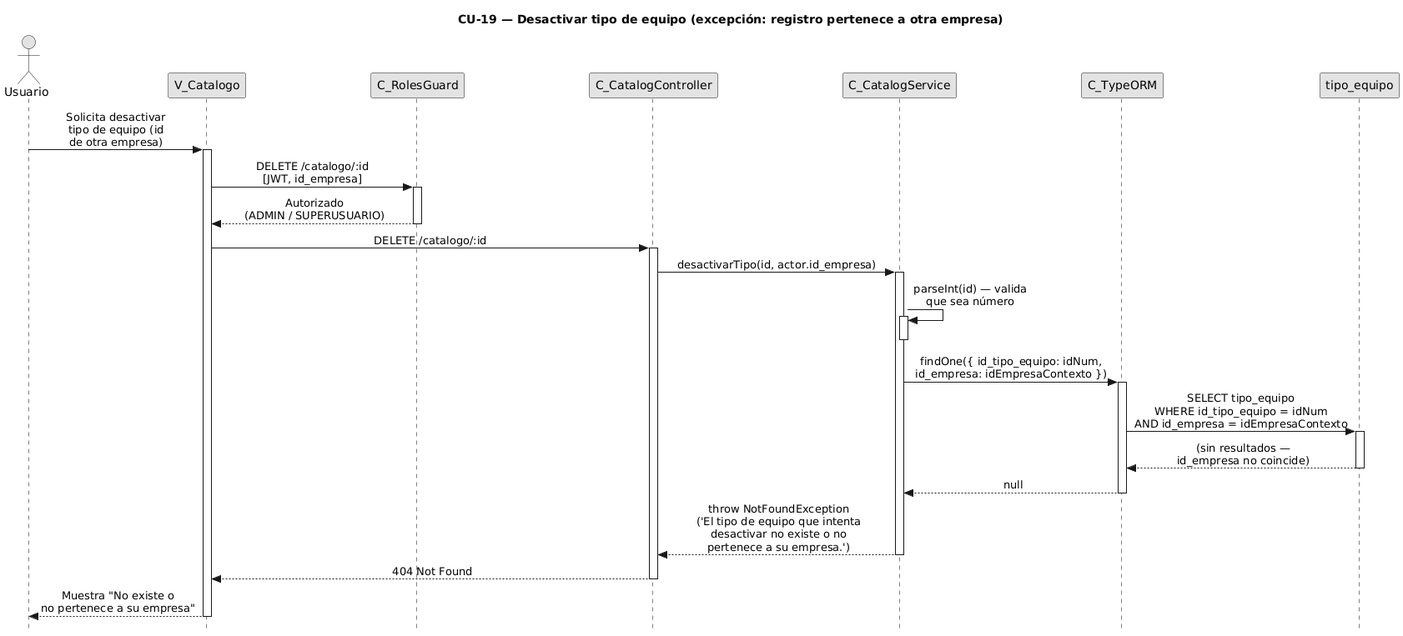
The PlantUML diagram diagramas-secuencia/CU19/CU19-exc-registro-otra-empresa.png in FSM-Finet-y-Cable-Magico/Team_1-Inventario-y-Bodega, before a commit.
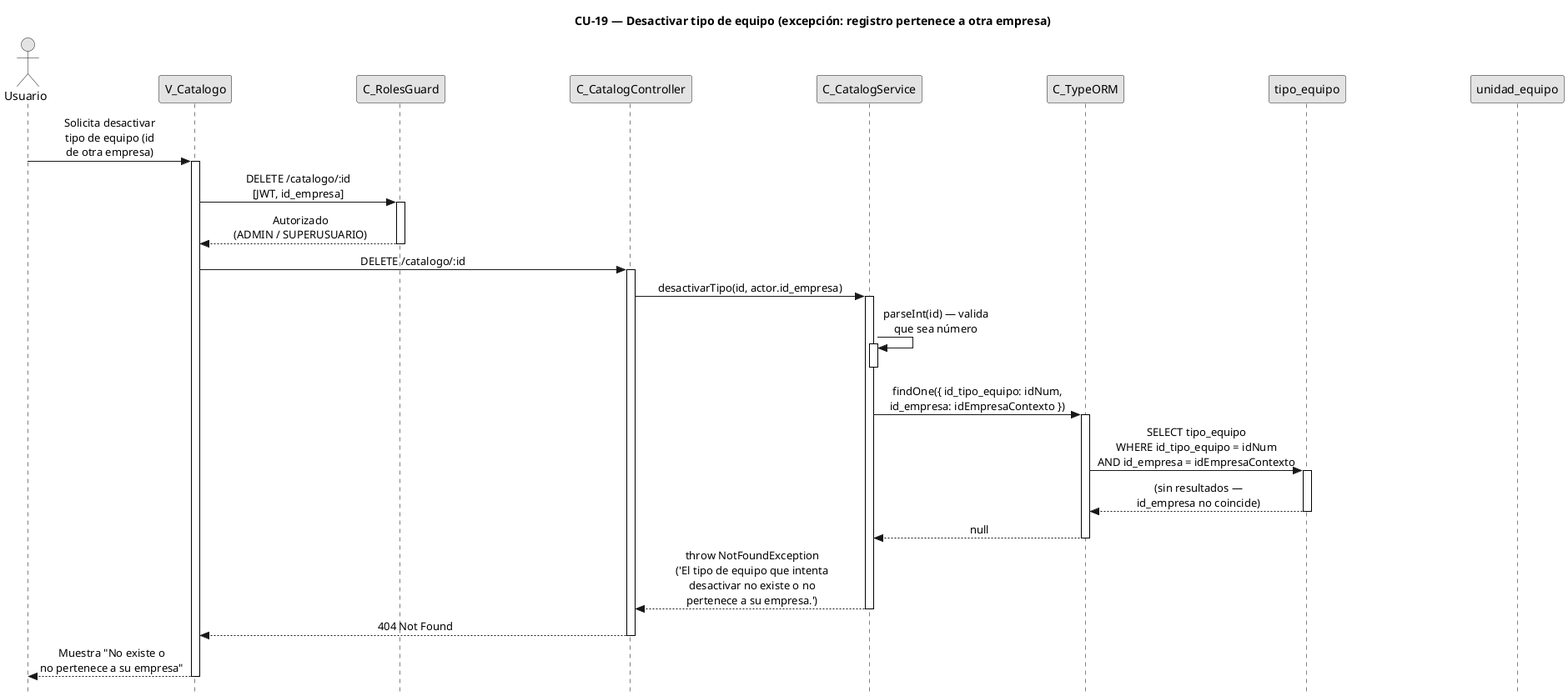
The same diagram one commit later.

Change to the diagram source:
```diff
@@ -20,6 +20,7 @@
 participant "C_CatalogService" as svc
 participant "C_TypeORM" as orm
 participant "tipo_equipo" as tent
+participant "unidad_equipo" as uent
 
 user -> view : Solicita desactivar\ntipo de equipo (id\nde otra empresa)
 activate view
```
